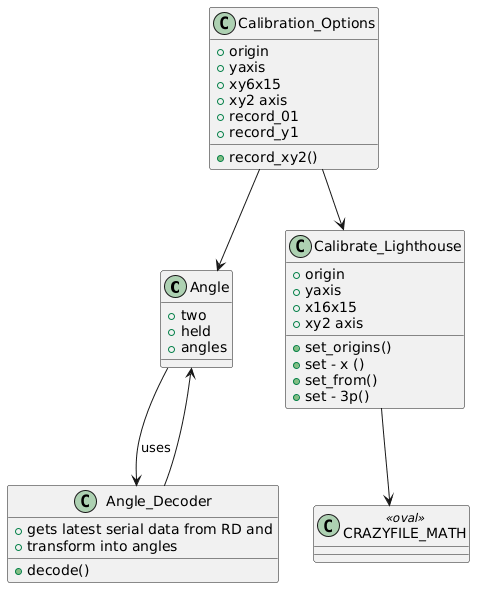
This is lbees/indoor/images/uml.png from LBOrganizationWorkArea/lh2_on_rp2040, a PlantUML export, as it was before one commit.
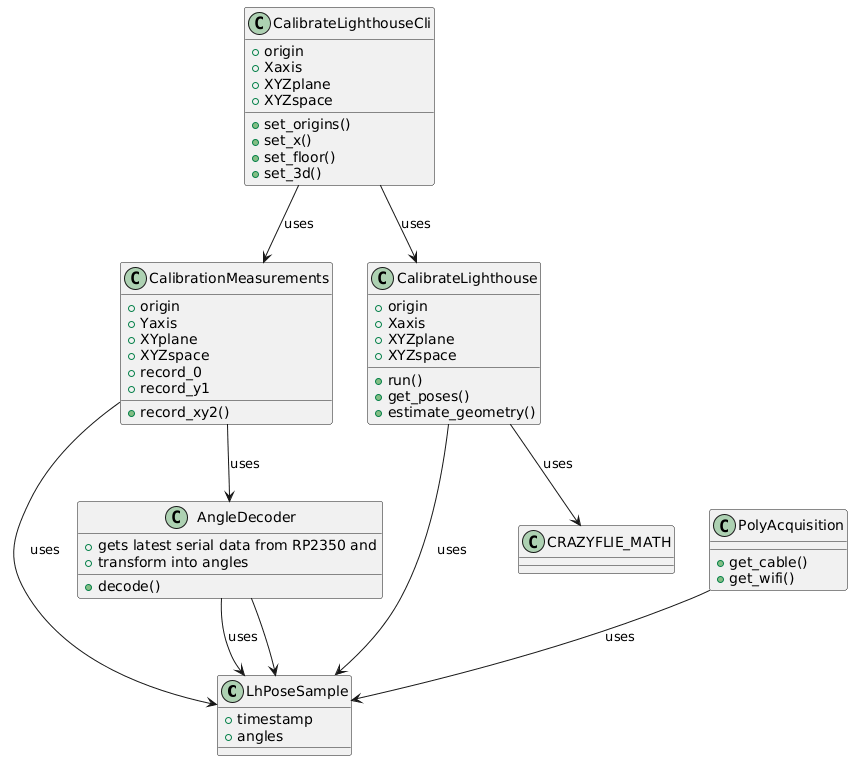
After the change.

Commit message:
📝 Fixed/improved UML diagram. Also typo fixes

What changed in the source:
```diff
@@ -1,42 +1,60 @@
 @startuml
-class Angle {
-  +two
-  +held
+class LhPoseSample {
+  +timestamp
   +angles
 }
 
-class Angle_Decoder {
+class AngleDecoder {
   +decode()
-  +gets latest serial data from RD and
+  +gets latest serial data from RP2350 and
   +transform into angles
 }
 
-class Calibration_Options {
+class PolyAcquisition {
+    +get_cable()
+    +get_wifi()
+}
+
+class CalibrationMeasurements {
   +origin
-  +yaxis
-  +xy6x15
-  +xy2 axis
-  +record_01
+  +Yaxis
+  +XYplane
+  +XYZspace
+  +record_0
   +record_y1
   +record_xy2()
 }
 
-class Calibrate_Lighthouse {
+class CalibrateLighthouseCli {
   +origin
-  +yaxis
-  +x16x15
-  +xy2 axis
+  +Xaxis
+  +XYZplane
+  +XYZspace
   +set_origins()
-  +set - x ()
-  +set_from()
-  +set - 3p()
+  +set_x()
+  +set_floor()
+  +set_3d()
 }
 
-class CRAZYFILE_MATH <<oval>>
+class CalibrateLighthouse{
+  +origin
+  +Xaxis
+  +XYZplane
+  +XYZspace
+  +run()
+  +get_poses()
+  +estimate_geometry()
+}
 
-Angle --> Angle_Decoder : uses
-Calibration_Options --> Calibrate_Lighthouse
-Calibration_Options --> Angle
-Angle_Decoder --> Angle
-Calibrate_Lighthouse --> CRAZYFILE_MATH
+class CRAZYFLIE_MATH
+
+PolyAcquisition --> LhPoseSample : uses
+AngleDecoder --> LhPoseSample : uses
+CalibrateLighthouse --> LhPoseSample : uses
+CalibrationMeasurements --> LhPoseSample : uses
+CalibrationMeasurements --> AngleDecoder : uses
+CalibrateLighthouseCli --> CalibrationMeasurements : uses
+AngleDecoder --> LhPoseSample
+CalibrateLighthouseCli --> CalibrateLighthouse : uses
+CalibrateLighthouse --> CRAZYFLIE_MATH : uses
 @enduml
```
